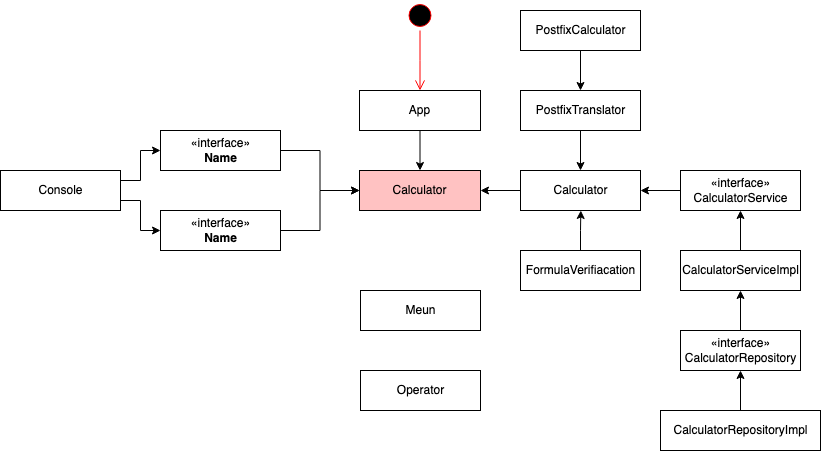
Earlier version of the draw.io export UML.png (prgrms-be-devcourse/java-calculator). Source tidied: cells renumbered, new cells last; positions are measured from the earlier drawing's top-left corner, leaving out a move shared by most shapes. Its diagram source:
```xml
<mxGraphModel>
  <root>
    <mxCell id="0" />
    <mxCell id="1" parent="0" />
    <mxCell id="2" style="ellipse;html=1;shape=startState;fillColor=#000000;strokeColor=#ff0000;" parent="1" vertex="1">
      <mxGeometry x="404.5" width="30" height="30" as="geometry" />
    </mxCell>
    <mxCell id="3" style="edgeStyle=orthogonalEdgeStyle;html=1;verticalAlign=bottom;endArrow=open;endSize=8;strokeColor=#ff0000;rounded=0;" parent="1" edge="1" source="2">
      <mxGeometry relative="1" as="geometry">
        <mxPoint x="419.5" y="90" as="targetPoint" />
        <Array as="points">
          <mxPoint x="419.5" y="60" />
          <mxPoint x="419.5" y="60" />
        </Array>
      </mxGeometry>
    </mxCell>
    <mxCell id="4" style="edgeStyle=orthogonalEdgeStyle;rounded=0;jettySize=auto;html=1;exitX=0.5;exitY=1;exitDx=0;exitDy=0;entryX=0.5;entryY=0;entryDx=0;entryDy=0;" parent="1" edge="1" source="5" target="6">
      <mxGeometry relative="1" as="geometry" />
    </mxCell>
    <mxCell id="5" value="App" style="html=1;" parent="1" vertex="1">
      <mxGeometry x="359" y="90" width="121" height="40" as="geometry" />
    </mxCell>
    <mxCell id="6" value="Calculator" style="html=1;fillColor=#FFC2C2;" parent="1" vertex="1">
      <mxGeometry x="359" y="170" width="121" height="40" as="geometry" />
    </mxCell>
    <mxCell id="7" style="edgeStyle=orthogonalEdgeStyle;rounded=0;jettySize=auto;html=1;exitX=0;exitY=0.5;exitDx=0;exitDy=0;entryX=1;entryY=0.5;entryDx=0;entryDy=0;" parent="1" edge="1" source="8" target="6">
      <mxGeometry relative="1" as="geometry" />
    </mxCell>
    <mxCell id="8" value="Calculator" style="html=1;" parent="1" vertex="1">
      <mxGeometry x="520" y="170" width="120" height="40" as="geometry" />
    </mxCell>
    <mxCell id="9" style="edgeStyle=orthogonalEdgeStyle;rounded=0;orthogonalLoop=1;jettySize=auto;html=1;exitX=0.5;exitY=1;exitDx=0;exitDy=0;" parent="1" edge="1" source="8" target="8">
      <mxGeometry relative="1" as="geometry" />
    </mxCell>
    <mxCell id="10" style="edgeStyle=orthogonalEdgeStyle;rounded=0;jettySize=auto;html=1;exitX=1;exitY=0.25;exitDx=0;exitDy=0;entryX=0;entryY=0.5;entryDx=0;entryDy=0;" parent="1" edge="1" source="12" target="20">
      <mxGeometry relative="1" as="geometry" />
    </mxCell>
    <mxCell id="11" style="edgeStyle=orthogonalEdgeStyle;rounded=0;jettySize=auto;html=1;exitX=1;exitY=0.75;exitDx=0;exitDy=0;entryX=0;entryY=0.5;entryDx=0;entryDy=0;" parent="1" edge="1" source="12" target="18">
      <mxGeometry relative="1" as="geometry" />
    </mxCell>
    <mxCell id="12" value="Console" style="html=1;" parent="1" vertex="1">
      <mxGeometry y="170" width="120" height="40" as="geometry" />
    </mxCell>
    <mxCell id="13" style="edgeStyle=orthogonalEdgeStyle;rounded=0;jettySize=auto;html=1;exitX=0;exitY=0.5;exitDx=0;exitDy=0;entryX=1;entryY=0.5;entryDx=0;entryDy=0;" parent="1" edge="1" target="8">
      <mxGeometry relative="1" as="geometry">
        <mxPoint x="680" y="190" as="sourcePoint" />
      </mxGeometry>
    </mxCell>
    <mxCell id="14" style="edgeStyle=orthogonalEdgeStyle;rounded=0;jettySize=auto;html=1;exitX=0.5;exitY=0;exitDx=0;exitDy=0;entryX=0.5;entryY=1;entryDx=0;entryDy=0;" parent="1" edge="1" source="15" target="16">
      <mxGeometry relative="1" as="geometry" />
    </mxCell>
    <mxCell id="15" value="CalculatorServiceImpl" style="html=1;" parent="1" vertex="1">
      <mxGeometry x="680" y="250" width="120" height="40" as="geometry" />
    </mxCell>
    <mxCell id="16" value="«interface»&lt;br&gt;CalculatorService" style="html=1;fillColor=#FFFFFF;" parent="1" vertex="1">
      <mxGeometry x="680" y="170" width="120" height="40" as="geometry" />
    </mxCell>
    <mxCell id="17" style="edgeStyle=orthogonalEdgeStyle;rounded=0;jettySize=auto;html=1;exitX=1;exitY=0.5;exitDx=0;exitDy=0;entryX=0;entryY=0.5;entryDx=0;entryDy=0;" parent="1" edge="1" source="18" target="6">
      <mxGeometry relative="1" as="geometry" />
    </mxCell>
    <mxCell id="18" value="&amp;laquo;interface&amp;raquo;&lt;br&gt;&lt;b&gt;Name&lt;/b&gt;" style="html=1;fillColor=#FFFFFF;" parent="1" vertex="1">
      <mxGeometry x="160" y="210" width="120" height="40" as="geometry" />
    </mxCell>
    <mxCell id="19" style="edgeStyle=orthogonalEdgeStyle;rounded=0;jettySize=auto;html=1;exitX=1;exitY=0.5;exitDx=0;exitDy=0;entryX=0;entryY=0.5;entryDx=0;entryDy=0;" parent="1" edge="1" source="20" target="6">
      <mxGeometry relative="1" as="geometry" />
    </mxCell>
    <mxCell id="20" value="&amp;laquo;interface&amp;raquo;&lt;br&gt;&lt;b&gt;Name&lt;/b&gt;" style="html=1;fillColor=#FFFFFF;" parent="1" vertex="1">
      <mxGeometry x="160" y="130" width="120" height="40" as="geometry" />
    </mxCell>
    <mxCell id="21" style="edgeStyle=orthogonalEdgeStyle;rounded=0;jettySize=auto;html=1;exitX=0.5;exitY=0;exitDx=0;exitDy=0;entryX=0.5;entryY=1;entryDx=0;entryDy=0;" parent="1" edge="1" source="22" target="15">
      <mxGeometry relative="1" as="geometry" />
    </mxCell>
    <mxCell id="22" value="«interface»&lt;br&gt;CalculatorRepository" style="html=1;fillColor=#FFFFFF;" parent="1" vertex="1">
      <mxGeometry x="680" y="330" width="120" height="40" as="geometry" />
    </mxCell>
    <mxCell id="23" style="edgeStyle=orthogonalEdgeStyle;rounded=0;jettySize=auto;html=1;exitX=0.5;exitY=0;exitDx=0;exitDy=0;entryX=0.5;entryY=1;entryDx=0;entryDy=0;" parent="1" edge="1" source="24" target="22">
      <mxGeometry relative="1" as="geometry" />
    </mxCell>
    <mxCell id="24" value="CalculatorRepositoryImpl" style="html=1;" parent="1" vertex="1">
      <mxGeometry x="660" y="410" width="160" height="40" as="geometry" />
    </mxCell>
    <mxCell id="25" style="edgeStyle=orthogonalEdgeStyle;rounded=0;jettySize=auto;html=1;exitX=0.5;exitY=0;exitDx=0;exitDy=0;" parent="1" edge="1" source="26">
      <mxGeometry relative="1" as="geometry">
        <mxPoint x="580.3" y="210" as="targetPoint" />
      </mxGeometry>
    </mxCell>
    <mxCell id="26" value="FormulaVerifiacation" style="html=1;" parent="1" vertex="1">
      <mxGeometry x="520" y="250" width="120" height="40" as="geometry" />
    </mxCell>
    <mxCell id="27" style="edgeStyle=orthogonalEdgeStyle;rounded=0;jettySize=auto;html=1;exitX=0.5;exitY=1;exitDx=0;exitDy=0;entryX=0.5;entryY=0;entryDx=0;entryDy=0;" parent="1" edge="1" source="28" target="8">
      <mxGeometry relative="1" as="geometry" />
    </mxCell>
    <mxCell id="28" value="PostfixTranslator" style="html=1;" parent="1" vertex="1">
      <mxGeometry x="520" y="90" width="120" height="40" as="geometry" />
    </mxCell>
    <mxCell id="29" style="edgeStyle=orthogonalEdgeStyle;rounded=0;jettySize=auto;html=1;exitX=0.5;exitY=1;exitDx=0;exitDy=0;entryX=0.5;entryY=0;entryDx=0;entryDy=0;" parent="1" edge="1" source="30" target="28">
      <mxGeometry relative="1" as="geometry" />
    </mxCell>
    <mxCell id="30" value="PostfixCalculator" style="html=1;" parent="1" vertex="1">
      <mxGeometry x="520" y="10" width="120" height="40" as="geometry" />
    </mxCell>
    <mxCell id="31" value="Meun" style="html=1;" parent="1" vertex="1">
      <mxGeometry x="360" y="290" width="120" height="40" as="geometry" />
    </mxCell>
    <mxCell id="32" value="Operator" style="html=1;" parent="1" vertex="1">
      <mxGeometry x="360" y="370" width="120" height="40" as="geometry" />
    </mxCell>
  </root>
</mxGraphModel>
```
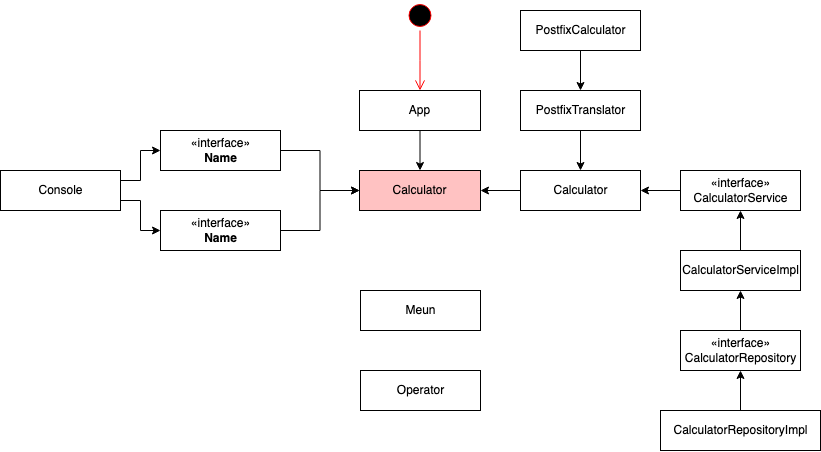
After the commit.

Commit message:
리드미를 수정하라.

What changed in the source:
```diff
@@ -79,14 +79,6 @@
     <mxCell id="24" value="CalculatorRepositoryImpl" style="html=1;" parent="1" vertex="1">
       <mxGeometry x="660" y="410" width="160" height="40" as="geometry" />
     </mxCell>
-    <mxCell id="25" style="edgeStyle=orthogonalEdgeStyle;rounded=0;jettySize=auto;html=1;exitX=0.5;exitY=0;exitDx=0;exitDy=0;" parent="1" edge="1" source="26">
-      <mxGeometry relative="1" as="geometry">
-        <mxPoint x="580.3" y="210" as="targetPoint" />
-      </mxGeometry>
-    </mxCell>
-    <mxCell id="26" value="FormulaVerifiacation" style="html=1;" parent="1" vertex="1">
-      <mxGeometry x="520" y="250" width="120" height="40" as="geometry" />
-    </mxCell>
     <mxCell id="27" style="edgeStyle=orthogonalEdgeStyle;rounded=0;jettySize=auto;html=1;exitX=0.5;exitY=1;exitDx=0;exitDy=0;entryX=0.5;entryY=0;entryDx=0;entryDy=0;" parent="1" edge="1" source="28" target="8">
       <mxGeometry relative="1" as="geometry" />
     </mxCell>
```
